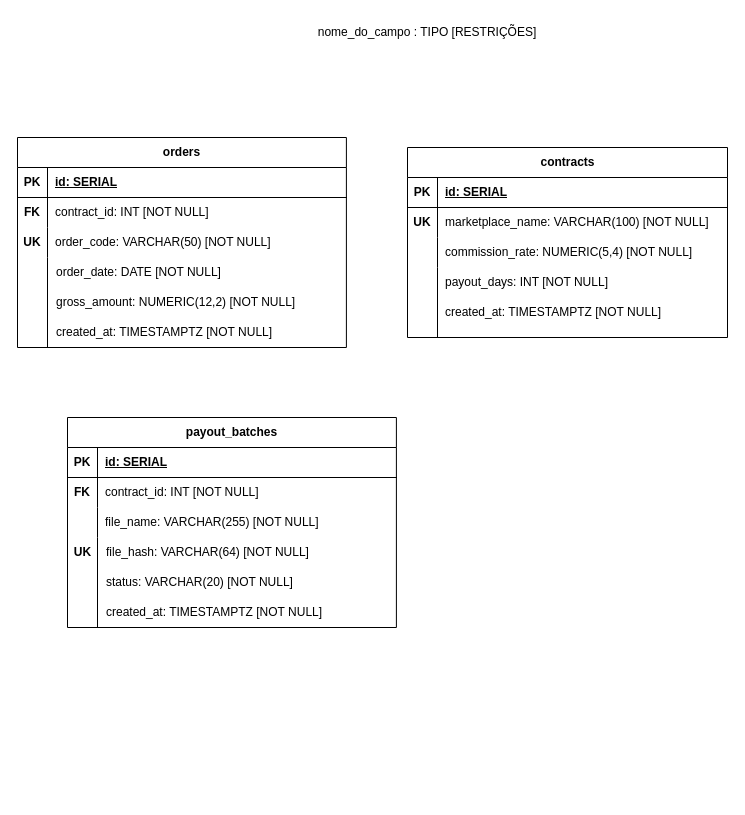
Earlier version of the draw.io diagram docs/data_model.drawio (jroquebento/marketplace-reconciliation-api). Source tidied: cells renumbered, new cells numbered last; positions are measured from the earlier drawing's top-left corner, leaving out a move shared by most shapes. Both pictures are drawn from the tidied source at 100%, with x=0, y=0 at pixel (17, 17).
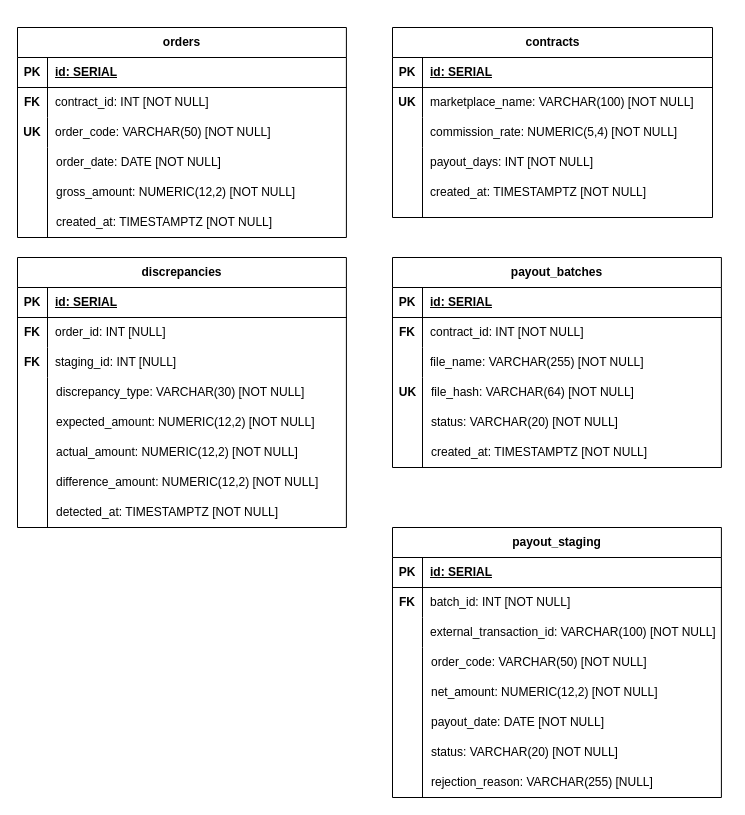
Above is the later version.

Commit message:
docs: define core entities and columns in data model diagram

Change to the diagram source:
```diff
@@
-    <mxCell id="2" value="nome_do_campo : TIPO [RESTRIÇÕES]" style="text;html=1;whiteSpace=wrap;strokeColor=none;fillColor=none;align=center;verticalAlign=middle;rounded=0;" parent="1" vertex="1">
-      <mxGeometry x="210" width="400" height="30" as="geometry" />
-    </mxCell>
     <mxCell id="3" style="group;" parent="1" vertex="1">
-      <mxGeometry x="390" y="130" width="320" height="190" as="geometry" />
+      <mxGeometry x="375" y="10" width="320" height="190" as="geometry" />
     </mxCell>
@@
     <mxCell id="21" style="group;" parent="1" vertex="1">
-      <mxGeometry y="120" width="328.9" height="210" as="geometry" />
+      <mxGeometry y="10" width="328.9" height="210" as="geometry" />
     </mxCell>
@@
     <mxCell id="41" style="group;" parent="1" vertex="1">
-      <mxGeometry x="50" y="400" width="328.9" height="210" as="geometry" />
+      <mxGeometry x="375" y="240" width="328.9" height="210" as="geometry" />
     </mxCell>
@@
+    <mxCell id="61" style="group;" parent="1" vertex="1">
+      <mxGeometry x="375" y="510" width="328.9" height="270" as="geometry" />
+    </mxCell>
+    <mxCell id="62" value="payout_staging" style="shape=table;startSize=30;childLayout=tableLayout;rowLines=0;fontStyle=1;align=center;html=1;" parent="61" vertex="1">
+      <mxGeometry width="328.9" height="270" as="geometry" />
+    </mxCell>
+    <mxCell id="63" style="shape=tableRow;horizontal=0;startSize=0;swimlaneHead=0;swimlaneBody=0;fillColor=none;top=0;left=0;right=0;bottom=1;" parent="62" vertex="1">
+      <mxGeometry y="30" width="328.9" height="30" as="geometry" />
+    </mxCell>
+    <mxCell id="64" value="PK" style="shape=partialRectangle;fillColor=none;top=0;left=0;bottom=0;right=0;fontStyle=1;overflow=hidden;whiteSpace=wrap;html=1;" parent="63" vertex="1">
+      <mxGeometry width="30" height="30" as="geometry" />
+    </mxCell>
+    <mxCell id="65" value="id: SERIAL" style="shape=partialRectangle;fillColor=none;top=0;left=0;bottom=0;right=0;align=left;spacingLeft=6;fontStyle=5;overflow=hidden;whiteSpace=wrap;html=1;" parent="63" vertex="1">
+      <mxGeometry x="30" width="298.9" height="30" as="geometry" />
+    </mxCell>
+    <mxCell id="66" style="shape=tableRow;horizontal=0;startSize=0;swimlaneHead=0;swimlaneBody=0;fillColor=none;top=0;left=0;right=0;bottom=0;" parent="62" vertex="1">
+      <mxGeometry y="60" width="328.9" height="30" as="geometry" />
+    </mxCell>
+    <mxCell id="67" value="&lt;b&gt;FK&lt;/b&gt;" style="shape=partialRectangle;fillColor=none;top=0;left=0;bottom=0;right=0;overflow=hidden;whiteSpace=wrap;html=1;" parent="66" vertex="1">
+      <mxGeometry width="30" height="30" as="geometry" />
+    </mxCell>
+    <mxCell id="68" value="batch_id: INT [NOT NULL]" style="shape=partialRectangle;fillColor=none;top=0;left=0;bottom=0;right=0;align=left;spacingLeft=6;overflow=hidden;whiteSpace=wrap;html=1;" parent="66" vertex="1">
+      <mxGeometry x="30" width="298.9" height="30" as="geometry" />
+    </mxCell>
+    <mxCell id="69" style="shape=tableRow;horizontal=0;startSize=0;swimlaneHead=0;swimlaneBody=0;fillColor=none;top=0;left=0;right=0;bottom=0;" parent="62" vertex="1">
+      <mxGeometry y="90" width="328.9" height="30" as="geometry" />
+    </mxCell>
+    <mxCell id="70" style="shape=partialRectangle;fillColor=none;top=0;left=0;bottom=0;right=0;overflow=hidden;whiteSpace=wrap;html=1;" parent="69" vertex="1">
+      <mxGeometry width="30" height="30" as="geometry" />
+    </mxCell>
+    <mxCell id="71" value="external_transaction_id: VARCHAR(100) [NOT NULL]" style="shape=partialRectangle;fillColor=none;top=0;left=0;bottom=0;right=0;align=left;spacingLeft=6;overflow=hidden;whiteSpace=wrap;html=1;" parent="69" vertex="1">
+      <mxGeometry x="30" width="298.9" height="30" as="geometry" />
+    </mxCell>
+    <mxCell id="72" style="shape=tableRow;horizontal=0;startSize=0;swimlaneHead=0;swimlaneBody=0;fillColor=none;top=0;left=0;right=0;bottom=0;" parent="62" vertex="1">
+      <mxGeometry y="120" width="328.9" height="150" as="geometry" />
+    </mxCell>
+    <mxCell id="73" style="shape=partialRectangle;fillColor=none;top=0;left=0;bottom=0;right=0;overflow=hidden;whiteSpace=wrap;html=1;" parent="72" vertex="1">
+      <mxGeometry width="30" height="150" as="geometry" />
+    </mxCell>
+    <mxCell id="74" style="shape=partialRectangle;fillColor=none;top=0;left=0;bottom=0;right=0;align=left;spacingLeft=6;overflow=hidden;whiteSpace=wrap;html=1;" parent="72" vertex="1">
+      <mxGeometry x="30" width="298.9" height="150" as="geometry" />
+    </mxCell>
+    <mxCell id="75" style="shape=partialRectangle;fillColor=none;top=0;left=0;bottom=0;right=0;overflow=hidden;whiteSpace=wrap;html=1;" parent="61" vertex="1">
+      <mxGeometry y="120" width="30.8" height="30" as="geometry" />
+    </mxCell>
+    <mxCell id="76" value="order_code: VARCHAR(50) [NOT NULL]" style="shape=partialRectangle;fillColor=none;top=0;left=0;bottom=0;right=0;align=left;spacingLeft=6;overflow=hidden;whiteSpace=wrap;html=1;" parent="61" vertex="1">
+      <mxGeometry x="30.8" y="120" width="298.1" height="30" as="geometry" />
+    </mxCell>
+    <mxCell id="77" style="shape=partialRectangle;fillColor=none;top=0;left=0;bottom=0;right=0;overflow=hidden;whiteSpace=wrap;html=1;" parent="61" vertex="1">
+      <mxGeometry y="150" width="30.8" height="30" as="geometry" />
+    </mxCell>
+    <mxCell id="78" value="net_amount: NUMERIC(12,2) [NOT NULL]" style="shape=partialRectangle;fillColor=none;top=0;left=0;bottom=0;right=0;align=left;spacingLeft=6;overflow=hidden;whiteSpace=wrap;html=1;" parent="61" vertex="1">
+      <mxGeometry x="30.8" y="150" width="298.1" height="30" as="geometry" />
+    </mxCell>
+    <mxCell id="79" style="shape=partialRectangle;fillColor=none;top=0;left=0;bottom=0;right=0;overflow=hidden;whiteSpace=wrap;html=1;" parent="61" vertex="1">
+      <mxGeometry y="180" width="30.8" height="30" as="geometry" />
+    </mxCell>
+    <mxCell id="80" value="payout_date: DATE [NOT NULL]" style="shape=partialRectangle;fillColor=none;top=0;left=0;bottom=0;right=0;align=left;spacingLeft=6;overflow=hidden;whiteSpace=wrap;html=1;" parent="61" vertex="1">
+      <mxGeometry x="30.8" y="180" width="298.1" height="30" as="geometry" />
+    </mxCell>
+    <mxCell id="81" style="shape=partialRectangle;fillColor=none;top=0;left=0;bottom=0;right=0;overflow=hidden;whiteSpace=wrap;html=1;" parent="61" vertex="1">
+      <mxGeometry y="210" width="30.8" height="30" as="geometry" />
+    </mxCell>
+    <mxCell id="82" value="status: VARCHAR(20) [NOT NULL]" style="shape=partialRectangle;fillColor=none;top=0;left=0;bottom=0;right=0;align=left;spacingLeft=6;overflow=hidden;whiteSpace=wrap;html=1;" parent="61" vertex="1">
+      <mxGeometry x="30.8" y="210" width="298.1" height="30" as="geometry" />
+    </mxCell>
+    <mxCell id="83" style="shape=partialRectangle;fillColor=none;top=0;left=0;bottom=0;right=0;overflow=hidden;whiteSpace=wrap;html=1;" parent="61" vertex="1">
+      <mxGeometry y="240" width="30.8" height="30" as="geometry" />
+    </mxCell>
+    <mxCell id="84" value="rejection_reason: VARCHAR(255) [NULL]" style="shape=partialRectangle;fillColor=none;top=0;left=0;bottom=0;right=0;align=left;spacingLeft=6;overflow=hidden;whiteSpace=wrap;html=1;" parent="61" vertex="1">
+      <mxGeometry x="30.8" y="240" width="298.1" height="30" as="geometry" />
+    </mxCell>
+    <mxCell id="85" style="group;" parent="1" vertex="1">
+      <mxGeometry y="240" width="328.9" height="270" as="geometry" />
+    </mxCell>
+    <mxCell id="86" value="discrepancies" style="shape=table;startSize=30;childLayout=tableLayout;rowLines=0;fontStyle=1;align=center;html=1;" parent="85" vertex="1">
+      <mxGeometry width="328.9" height="270" as="geometry" />
+    </mxCell>
+    <mxCell id="87" style="shape=tableRow;horizontal=0;startSize=0;swimlaneHead=0;swimlaneBody=0;fillColor=none;top=0;left=0;right=0;bottom=1;" parent="86" vertex="1">
+      <mxGeometry y="30" width="328.9" height="30" as="geometry" />
+    </mxCell>
+    <mxCell id="88" value="PK" style="shape=partialRectangle;fillColor=none;top=0;left=0;bottom=0;right=0;fontStyle=1;overflow=hidden;whiteSpace=wrap;html=1;" parent="87" vertex="1">
+      <mxGeometry width="30" height="30" as="geometry" />
+    </mxCell>
+    <mxCell id="89" value="id: SERIAL" style="shape=partialRectangle;fillColor=none;top=0;left=0;bottom=0;right=0;align=left;spacingLeft=6;fontStyle=5;overflow=hidden;whiteSpace=wrap;html=1;" parent="87" vertex="1">
+      <mxGeometry x="30" width="298.9" height="30" as="geometry" />
+    </mxCell>
+    <mxCell id="90" style="shape=tableRow;horizontal=0;startSize=0;swimlaneHead=0;swimlaneBody=0;fillColor=none;top=0;left=0;right=0;bottom=0;" parent="86" vertex="1">
+      <mxGeometry y="60" width="328.9" height="30" as="geometry" />
+    </mxCell>
+    <mxCell id="91" value="&lt;b&gt;FK&lt;/b&gt;" style="shape=partialRectangle;fillColor=none;top=0;left=0;bottom=0;right=0;overflow=hidden;whiteSpace=wrap;html=1;" parent="90" vertex="1">
+      <mxGeometry width="30" height="30" as="geometry" />
+    </mxCell>
+    <mxCell id="92" value="order_id: INT [NULL]" style="shape=partialRectangle;fillColor=none;top=0;left=0;bottom=0;right=0;align=left;spacingLeft=6;overflow=hidden;whiteSpace=wrap;html=1;" parent="90" vertex="1">
+      <mxGeometry x="30" width="298.9" height="30" as="geometry" />
+    </mxCell>
+    <mxCell id="93" style="shape=tableRow;horizontal=0;startSize=0;swimlaneHead=0;swimlaneBody=0;fillColor=none;top=0;left=0;right=0;bottom=0;" parent="86" vertex="1">
+      <mxGeometry y="90" width="328.9" height="30" as="geometry" />
+    </mxCell>
+    <mxCell id="94" value="&lt;b&gt;FK&lt;/b&gt;" style="shape=partialRectangle;fillColor=none;top=0;left=0;bottom=0;right=0;overflow=hidden;whiteSpace=wrap;html=1;" parent="93" vertex="1">
+      <mxGeometry width="30" height="30" as="geometry" />
+    </mxCell>
+    <mxCell id="95" value="staging_id: INT [NULL]" style="shape=partialRectangle;fillColor=none;top=0;left=0;bottom=0;right=0;align=left;spacingLeft=6;overflow=hidden;whiteSpace=wrap;html=1;" parent="93" vertex="1">
+      <mxGeometry x="30" width="298.9" height="30" as="geometry" />
+    </mxCell>
+    <mxCell id="96" style="shape=tableRow;horizontal=0;startSize=0;swimlaneHead=0;swimlaneBody=0;fillColor=none;top=0;left=0;right=0;bottom=0;" parent="86" vertex="1">
+      <mxGeometry y="120" width="328.9" height="150" as="geometry" />
+    </mxCell>
+    <mxCell id="97" style="shape=partialRectangle;fillColor=none;top=0;left=0;bottom=0;right=0;overflow=hidden;whiteSpace=wrap;html=1;" parent="96" vertex="1">
+      <mxGeometry width="30" height="150" as="geometry" />
+    </mxCell>
+    <mxCell id="98" style="shape=partialRectangle;fillColor=none;top=0;left=0;bottom=0;right=0;align=left;spacingLeft=6;overflow=hidden;whiteSpace=wrap;html=1;" parent="96" vertex="1">
+      <mxGeometry x="30" width="298.9" height="150" as="geometry" />
+    </mxCell>
+    <mxCell id="99" style="shape=partialRectangle;fillColor=none;top=0;left=0;bottom=0;right=0;overflow=hidden;whiteSpace=wrap;html=1;" parent="85" vertex="1">
+      <mxGeometry y="120" width="30.8" height="30" as="geometry" />
+    </mxCell>
+    <mxCell id="100" value="discrepancy_type: VARCHAR(30) [NOT NULL]" style="shape=partialRectangle;fillColor=none;top=0;left=0;bottom=0;right=0;align=left;spacingLeft=6;overflow=hidden;whiteSpace=wrap;html=1;" parent="85" vertex="1">
+      <mxGeometry x="30.8" y="120" width="298.1" height="30" as="geometry" />
+    </mxCell>
+    <mxCell id="101" style="shape=partialRectangle;fillColor=none;top=0;left=0;bottom=0;right=0;overflow=hidden;whiteSpace=wrap;html=1;" parent="85" vertex="1">
+      <mxGeometry y="150" width="30.8" height="30" as="geometry" />
+    </mxCell>
+    <mxCell id="102" value="expected_amount: NUMERIC(12,2) [NOT NULL]" style="shape=partialRectangle;fillColor=none;top=0;left=0;bottom=0;right=0;align=left;spacingLeft=6;overflow=hidden;whiteSpace=wrap;html=1;" parent="85" vertex="1">
+      <mxGeometry x="30.8" y="150" width="298.1" height="30" as="geometry" />
+    </mxCell>
+    <mxCell id="103" style="shape=partialRectangle;fillColor=none;top=0;left=0;bottom=0;right=0;overflow=hidden;whiteSpace=wrap;html=1;" parent="85" vertex="1">
+      <mxGeometry y="180" width="30.8" height="30" as="geometry" />
+    </mxCell>
+    <mxCell id="104" value="actual_amount: NUMERIC(12,2) [NOT NULL]" style="shape=partialRectangle;fillColor=none;top=0;left=0;bottom=0;right=0;align=left;spacingLeft=6;overflow=hidden;whiteSpace=wrap;html=1;" parent="85" vertex="1">
+      <mxGeometry x="30.8" y="180" width="298.1" height="30" as="geometry" />
+    </mxCell>
+    <mxCell id="105" style="shape=partialRectangle;fillColor=none;top=0;left=0;bottom=0;right=0;overflow=hidden;whiteSpace=wrap;html=1;" parent="85" vertex="1">
+      <mxGeometry y="210" width="30.8" height="30" as="geometry" />
+    </mxCell>
+    <mxCell id="106" value="difference_amount: NUMERIC(12,2) [NOT NULL]" style="shape=partialRectangle;fillColor=none;top=0;left=0;bottom=0;right=0;align=left;spacingLeft=6;overflow=hidden;whiteSpace=wrap;html=1;" parent="85" vertex="1">
+      <mxGeometry x="30.8" y="210" width="298.1" height="30" as="geometry" />
+    </mxCell>
+    <mxCell id="107" style="shape=partialRectangle;fillColor=none;top=0;left=0;bottom=0;right=0;overflow=hidden;whiteSpace=wrap;html=1;" parent="85" vertex="1">
+      <mxGeometry y="240" width="30.8" height="30" as="geometry" />
+    </mxCell>
+    <mxCell id="108" value="detected_at: TIMESTAMPTZ [NOT NULL]" style="shape=partialRectangle;fillColor=none;top=0;left=0;bottom=0;right=0;align=left;spacingLeft=6;overflow=hidden;whiteSpace=wrap;html=1;" parent="85" vertex="1">
+      <mxGeometry x="30.8" y="240" width="298.1" height="30" as="geometry" />
+    </mxCell>
```
